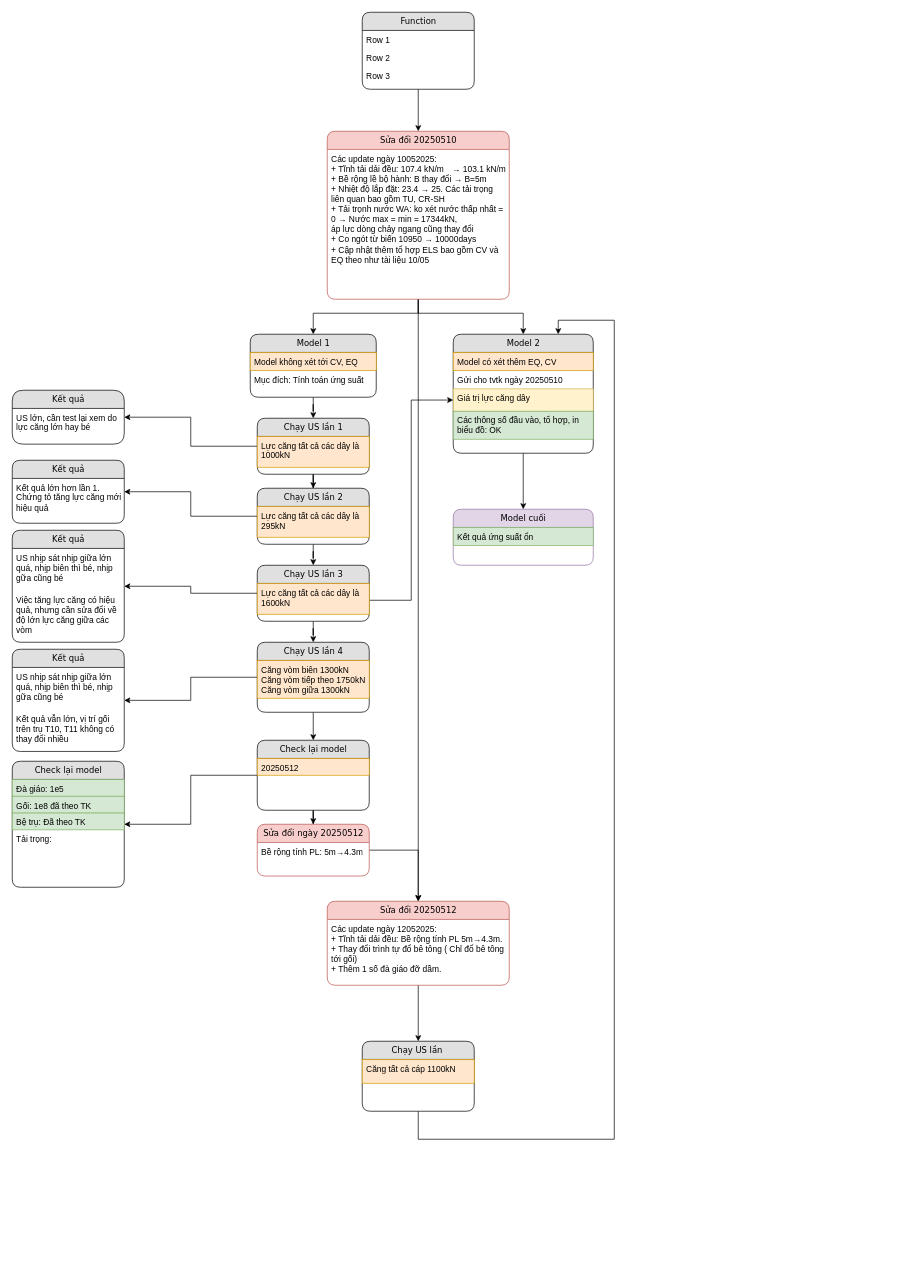
The draw.io diagram An Dong Br/Process.drawio in nnh92/Home-Works, before the edit. Source tidied: cells renumbered, new cells numbered last; positions are measured from the earlier drawing's top-left corner, leaving out a move shared by most shapes. Both pictures are drawn from the tidied source at 70%, with x=0, y=0 at pixel (12, 12).
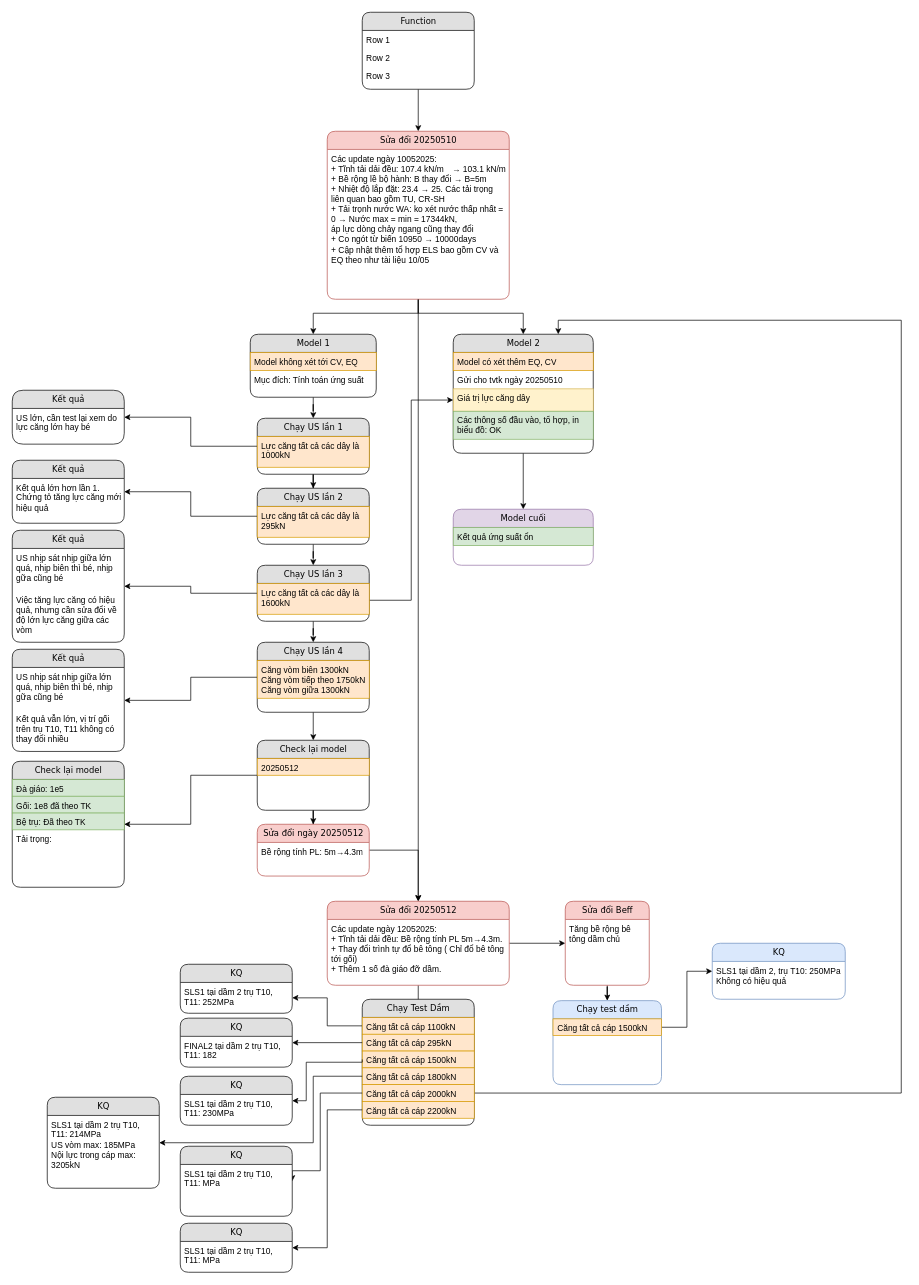
The same diagram, later.

Commit message:
Cập nhật Process.drawio

The change refers to these unchanged cells:
```xml
<mxCell id="34" value="Model 2" style="swimlane;html=1;fontStyle=0;horizontal=1;startSize=26;fillColor=#e0e0e0;swimlaneFillColor=#ffffff;align=center;rounded=1;shadow=0;comic=0;labelBackgroundColor=none;strokeWidth=1;fontFamily=Verdana;fontSize=12;" parent="1" vertex="1">
  <mxGeometry x="630" y="460" width="200" height="170" as="geometry" />
</mxCell>
<mxCell id="64" value="Sửa đổi 20250512" style="swimlane;html=1;fontStyle=0;horizontal=1;startSize=26;fillColor=#f8cecc;swimlaneFillColor=#ffffff;align=center;rounded=1;shadow=0;comic=0;labelBackgroundColor=none;strokeWidth=1;fontFamily=Verdana;fontSize=12;strokeColor=#b85450;" parent="1" vertex="1">
  <mxGeometry x="450" y="1270" width="260" height="120" as="geometry" />
</mxCell>
```

What changed in the source:
```diff
@@
+    <mxCell id="69" style="edgeStyle=orthogonalEdgeStyle;rounded=0;jettySize=auto;html=1;" parent="1" edge="1" source="64" target="86">
+      <mxGeometry relative="1" as="geometry" />
+    </mxCell>
@@
-    <mxCell id="66" style="edgeStyle=orthogonalEdgeStyle;rounded=0;jettySize=auto;html=1;entryX=0.75;entryY=0;entryDx=0;entryDy=0;" parent="1" edge="1" source="67" target="34">
+    <mxCell id="66" style="edgeStyle=orthogonalEdgeStyle;rounded=0;jettySize=auto;html=1;entryX=0.75;entryY=0;entryDx=0;entryDy=0;exitX=1;exitY=0.5;exitDx=0;exitDy=0;" parent="1" edge="1" source="74" target="34">
       <mxGeometry relative="1" as="geometry">
         <Array as="points">
-          <mxPoint x="580" y="1610" />
-          <mxPoint x="860" y="1610" />
-          <mxPoint x="860" y="440" />
+          <mxPoint x="1270" y="1544" />
+          <mxPoint x="1270" y="440" />
           <mxPoint x="780" y="440" />
         </Array>
       </mxGeometry>
     </mxCell>
+    <mxCell id="70" style="edgeStyle=orthogonalEdgeStyle;rounded=0;jettySize=auto;html=1;exitX=0;exitY=0.5;exitDx=0;exitDy=0;entryX=1;entryY=0.5;entryDx=0;entryDy=0;" parent="1" edge="1" source="68" target="78">
+      <mxGeometry relative="1" as="geometry" />
+    </mxCell>
-    <mxCell id="67" value="Chạy US lần&amp;nbsp;" style="swimlane;html=1;fontStyle=0;horizontal=1;startSize=26;fillColor=#e0e0e0;swimlaneFillColor=#ffffff;align=center;rounded=1;shadow=0;comic=0;labelBackgroundColor=none;strokeWidth=1;fontFamily=Verdana;fontSize=12;" parent="1" vertex="1">
-      <mxGeometry x="500" y="1470" width="160" height="100" as="geometry" />
+    <mxCell id="67" value="Chạy Test Dầm" style="swimlane;html=1;fontStyle=0;horizontal=1;startSize=26;fillColor=#e0e0e0;swimlaneFillColor=#ffffff;align=center;rounded=1;shadow=0;comic=0;labelBackgroundColor=none;strokeWidth=1;fontFamily=Verdana;fontSize=12;" parent="1" vertex="1">
+      <mxGeometry x="500" y="1410" width="160" height="180" as="geometry" />
     </mxCell>
     <mxCell id="68" value="Căng tất cả cáp 1100kN" style="text;html=1;strokeColor=#d79b00;fillColor=#ffe6cc;spacingLeft=4;spacingRight=4;whiteSpace=wrap;overflow=hidden;points=[[0,0.5],[1,0.5]];portConstraint=eastwest;" parent="67" vertex="1">
-      <mxGeometry y="26" width="160" height="34" as="geometry" />
+      <mxGeometry y="26" width="160" height="24" as="geometry" />
     </mxCell>
+    <mxCell id="71" value="Căng tất cả cáp 295kN" style="text;html=1;strokeColor=#d79b00;fillColor=#ffe6cc;spacingLeft=4;spacingRight=4;whiteSpace=wrap;overflow=hidden;points=[[0,0.5],[1,0.5]];portConstraint=eastwest;" parent="67" vertex="1">
+      <mxGeometry y="50" width="160" height="24" as="geometry" />
+    </mxCell>
+    <mxCell id="72" value="Căng tất cả cáp 1500kN" style="text;html=1;strokeColor=#d79b00;fillColor=#ffe6cc;spacingLeft=4;spacingRight=4;whiteSpace=wrap;overflow=hidden;points=[[0,0.5],[1,0.5]];portConstraint=eastwest;" parent="67" vertex="1">
+      <mxGeometry y="74" width="160" height="24" as="geometry" />
+    </mxCell>
+    <mxCell id="73" value="Căng tất cả cáp 1800kN" style="text;html=1;strokeColor=#d79b00;fillColor=#ffe6cc;spacingLeft=4;spacingRight=4;whiteSpace=wrap;overflow=hidden;points=[[0,0.5],[1,0.5]];portConstraint=eastwest;" parent="67" vertex="1">
+      <mxGeometry y="98" width="160" height="24" as="geometry" />
+    </mxCell>
+    <mxCell id="74" value="Căng tất cả cáp 2000kN" style="text;html=1;strokeColor=#d79b00;fillColor=#ffe6cc;spacingLeft=4;spacingRight=4;whiteSpace=wrap;overflow=hidden;points=[[0,0.5],[1,0.5]];portConstraint=eastwest;" parent="67" vertex="1">
+      <mxGeometry y="122" width="160" height="24" as="geometry" />
+    </mxCell>
+    <mxCell id="75" value="Căng tất cả cáp 2200kN" style="text;html=1;strokeColor=#d79b00;fillColor=#ffe6cc;spacingLeft=4;spacingRight=4;whiteSpace=wrap;overflow=hidden;points=[[0,0.5],[1,0.5]];portConstraint=eastwest;" parent="67" vertex="1">
+      <mxGeometry y="146" width="160" height="24" as="geometry" />
+    </mxCell>
+    <mxCell id="76" style="edgeStyle=orthogonalEdgeStyle;rounded=0;jettySize=auto;html=1;" parent="1" edge="1" source="71" target="80">
+      <mxGeometry relative="1" as="geometry" />
+    </mxCell>
+    <mxCell id="77" value="KQ" style="swimlane;html=1;fontStyle=0;horizontal=1;startSize=26;fillColor=#e0e0e0;swimlaneFillColor=#ffffff;align=center;rounded=1;shadow=0;comic=0;labelBackgroundColor=none;strokeWidth=1;fontFamily=Verdana;fontSize=12;" parent="1" vertex="1">
+      <mxGeometry x="240" y="1360" width="160" height="70" as="geometry" />
+    </mxCell>
+    <mxCell id="78" value="SLS1 tại dầm 2 trụ T10, T11: 252MPa" style="text;html=1;spacingLeft=4;spacingRight=4;whiteSpace=wrap;overflow=hidden;points=[[0,0.5],[1,0.5]];portConstraint=eastwest;" parent="77" vertex="1">
+      <mxGeometry y="26" width="160" height="44" as="geometry" />
+    </mxCell>
+    <mxCell id="79" style="edgeStyle=orthogonalEdgeStyle;rounded=0;jettySize=auto;html=1;exitX=0;exitY=0.5;exitDx=0;exitDy=0;" parent="1" edge="1" source="72" target="83">
+      <mxGeometry relative="1" as="geometry">
+        <Array as="points">
+          <mxPoint x="500" y="1500" />
+          <mxPoint x="420" y="1500" />
+          <mxPoint x="420" y="1555" />
+        </Array>
+      </mxGeometry>
+    </mxCell>
+    <mxCell id="80" value="KQ" style="swimlane;html=1;fontStyle=0;horizontal=1;startSize=26;fillColor=#e0e0e0;swimlaneFillColor=#ffffff;align=center;rounded=1;shadow=0;comic=0;labelBackgroundColor=none;strokeWidth=1;fontFamily=Verdana;fontSize=12;" parent="1" vertex="1">
+      <mxGeometry x="240" y="1437" width="160" height="70" as="geometry" />
+    </mxCell>
+    <mxCell id="81" value="FINAL2 tại dầm 2 trụ T10, T11: 182" style="text;html=1;spacingLeft=4;spacingRight=4;whiteSpace=wrap;overflow=hidden;" parent="80" vertex="1">
+      <mxGeometry y="26" width="160" height="44" as="geometry" />
+    </mxCell>
+    <mxCell id="82" style="edgeStyle=orthogonalEdgeStyle;rounded=0;jettySize=auto;html=1;exitX=0;exitY=0.5;exitDx=0;exitDy=0;entryX=1;entryY=0.5;entryDx=0;entryDy=0;" parent="1" edge="1" source="73" target="94">
+      <mxGeometry relative="1" as="geometry">
+        <Array as="points">
+          <mxPoint x="430" y="1520" />
+          <mxPoint x="430" y="1615" />
+        </Array>
+      </mxGeometry>
+    </mxCell>
+    <mxCell id="83" value="KQ" style="swimlane;html=1;fontStyle=0;horizontal=1;startSize=26;fillColor=#e0e0e0;swimlaneFillColor=#ffffff;align=center;rounded=1;shadow=0;comic=0;labelBackgroundColor=none;strokeWidth=1;fontFamily=Verdana;fontSize=12;" parent="1" vertex="1">
+      <mxGeometry x="240" y="1520" width="160" height="70" as="geometry" />
+    </mxCell>
+    <mxCell id="84" value="SLS1 tại dầm 2 trụ T10, T11: 230MPa" style="text;html=1;spacingLeft=4;spacingRight=4;whiteSpace=wrap;overflow=hidden;" parent="83" vertex="1">
+      <mxGeometry y="26" width="160" height="44" as="geometry" />
+    </mxCell>
+    <mxCell id="85" style="edgeStyle=orthogonalEdgeStyle;rounded=0;jettySize=auto;html=1;" parent="1" edge="1" source="86" target="89">
+      <mxGeometry relative="1" as="geometry" />
+    </mxCell>
+    <mxCell id="86" value="Sửa đổi Beff" style="swimlane;html=1;fontStyle=0;horizontal=1;startSize=26;fillColor=#f8cecc;swimlaneFillColor=#ffffff;align=center;rounded=1;shadow=0;comic=0;labelBackgroundColor=none;strokeWidth=1;fontFamily=Verdana;fontSize=12;strokeColor=#b85450;" parent="1" vertex="1">
+      <mxGeometry x="790" y="1270" width="120" height="120" as="geometry" />
+    </mxCell>
+    <mxCell id="87" value="&lt;div&gt;Tăng bề rộng bê tông dầm chủ&lt;/div&gt;" style="text;html=1;strokeColor=none;fillColor=none;spacingLeft=4;spacingRight=4;whiteSpace=wrap;overflow=hidden;" parent="86" vertex="1">
+      <mxGeometry y="26" width="120" height="94" as="geometry" />
+    </mxCell>
+    <mxCell id="88" style="edgeStyle=orthogonalEdgeStyle;rounded=0;jettySize=auto;html=1;exitX=1;exitY=0.5;exitDx=0;exitDy=0;entryX=0;entryY=0.5;entryDx=0;entryDy=0;" parent="1" edge="1" source="90" target="91">
+      <mxGeometry relative="1" as="geometry" />
+    </mxCell>
+    <mxCell id="89" value="Chạy test dầm" style="swimlane;html=1;fontStyle=0;horizontal=1;startSize=26;fillColor=#dae8fc;swimlaneFillColor=#ffffff;align=center;rounded=1;shadow=0;comic=0;labelBackgroundColor=none;strokeWidth=1;fontFamily=Verdana;fontSize=12;strokeColor=#6c8ebf;" parent="1" vertex="1">
+      <mxGeometry x="772.5" y="1412" width="155" height="120" as="geometry" />
+    </mxCell>
+    <mxCell id="90" value="&lt;div&gt;Căng tất cả cáp 1500kN&lt;/div&gt;" style="text;html=1;strokeColor=#d79b00;fillColor=#ffe6cc;spacingLeft=4;spacingRight=4;whiteSpace=wrap;overflow=hidden;points=[[0,0.5],[1,0.5]];portConstraint=eastwest;" parent="89" vertex="1">
+      <mxGeometry y="26" width="155" height="24" as="geometry" />
+    </mxCell>
+    <mxCell id="91" value="KQ" style="swimlane;html=1;fontStyle=0;horizontal=1;startSize=26;fillColor=#dae8fc;swimlaneFillColor=#ffffff;align=center;rounded=1;shadow=0;comic=0;labelBackgroundColor=none;strokeWidth=1;fontFamily=Verdana;fontSize=12;strokeColor=#6c8ebf;" parent="1" vertex="1">
+      <mxGeometry x="1000" y="1330" width="190" height="80" as="geometry" />
+    </mxCell>
+    <mxCell id="92" value="SLS1 tại dầm 2, trụ T10: 250MPa&lt;div&gt;Không có hiệu quả&lt;/div&gt;" style="text;html=1;spacingLeft=4;spacingRight=4;whiteSpace=wrap;overflow=hidden;" parent="91" vertex="1">
+      <mxGeometry y="26" width="190" height="44" as="geometry" />
+    </mxCell>
+    <mxCell id="93" style="edgeStyle=orthogonalEdgeStyle;rounded=0;jettySize=auto;html=1;exitX=0;exitY=0.5;exitDx=0;exitDy=0;entryX=1;entryY=0.5;entryDx=0;entryDy=0;" parent="1" edge="1" source="74" target="97">
+      <mxGeometry relative="1" as="geometry">
+        <Array as="points">
+          <mxPoint x="440" y="1544" />
+          <mxPoint x="440" y="1655" />
+        </Array>
+      </mxGeometry>
+    </mxCell>
+    <mxCell id="94" value="KQ" style="swimlane;html=1;fontStyle=0;horizontal=1;startSize=26;fillColor=#e0e0e0;swimlaneFillColor=#ffffff;align=center;rounded=1;shadow=0;comic=0;labelBackgroundColor=none;strokeWidth=1;fontFamily=Verdana;fontSize=12;" parent="1" vertex="1">
+      <mxGeometry x="50" y="1550" width="160" height="130" as="geometry" />
+    </mxCell>
+    <mxCell id="95" value="SLS1 tại dầm 2 trụ T10, T11: 214MPa&lt;div&gt;US vòm max: 185MPa&lt;/div&gt;&lt;div&gt;Nội lực trong cáp max: 3205kN&lt;/div&gt;" style="text;html=1;spacingLeft=4;spacingRight=4;whiteSpace=wrap;overflow=hidden;" parent="94" vertex="1">
+      <mxGeometry y="26" width="160" height="84" as="geometry" />
+    </mxCell>
+    <mxCell id="96" style="edgeStyle=orthogonalEdgeStyle;rounded=0;jettySize=auto;html=1;exitX=0;exitY=0.5;exitDx=0;exitDy=0;entryX=1;entryY=0.5;entryDx=0;entryDy=0;" parent="1" edge="1" source="75" target="99">
+      <mxGeometry relative="1" as="geometry">
+        <Array as="points">
+          <mxPoint x="450" y="1568" />
+          <mxPoint x="450" y="1765" />
+        </Array>
+      </mxGeometry>
+    </mxCell>
+    <mxCell id="97" value="KQ" style="swimlane;html=1;fontStyle=0;horizontal=1;startSize=26;fillColor=#e0e0e0;swimlaneFillColor=#ffffff;align=center;rounded=1;shadow=0;comic=0;labelBackgroundColor=none;strokeWidth=1;fontFamily=Verdana;fontSize=12;" parent="1" vertex="1">
+      <mxGeometry x="240" y="1620" width="160" height="100" as="geometry" />
+    </mxCell>
+    <mxCell id="98" value="SLS1 tại dầm 2 trụ T10, T11: MPa" style="text;html=1;spacingLeft=4;spacingRight=4;whiteSpace=wrap;overflow=hidden;" parent="97" vertex="1">
+      <mxGeometry y="26" width="160" height="34" as="geometry" />
+    </mxCell>
+    <mxCell id="99" value="KQ" style="swimlane;html=1;fontStyle=0;horizontal=1;startSize=26;fillColor=#e0e0e0;swimlaneFillColor=#ffffff;align=center;rounded=1;shadow=0;comic=0;labelBackgroundColor=none;strokeWidth=1;fontFamily=Verdana;fontSize=12;" parent="1" vertex="1">
+      <mxGeometry x="240" y="1730" width="160" height="70" as="geometry" />
+    </mxCell>
+    <mxCell id="100" value="SLS1 tại dầm 2 trụ T10, T11: MPa" style="text;html=1;spacingLeft=4;spacingRight=4;whiteSpace=wrap;overflow=hidden;" parent="99" vertex="1">
+      <mxGeometry y="26" width="160" height="34" as="geometry" />
+    </mxCell>
```
